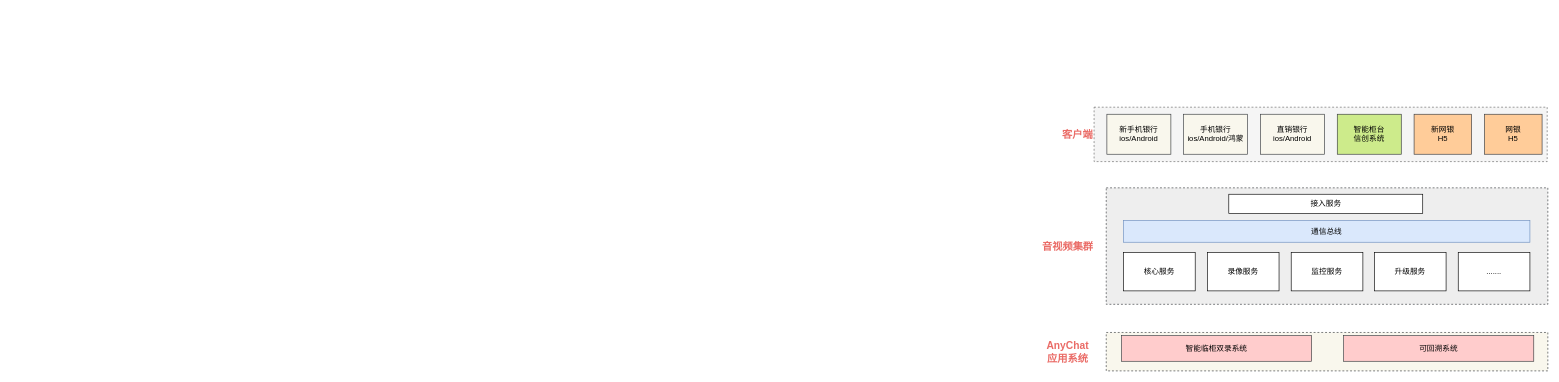
Above: page "第 2 页" (2 of 2) of 湖北银行业务架构图.drawio in zhoumingjia/drawio (draw.io), before the change. Source tidied: cells renumbered, new cells numbered last; positions are measured from the earlier drawing's top-left corner, leaving out a move shared by most shapes. Both pictures are drawn from the tidied source at 64%, with x=0, y=0 at pixel (1035, 107).
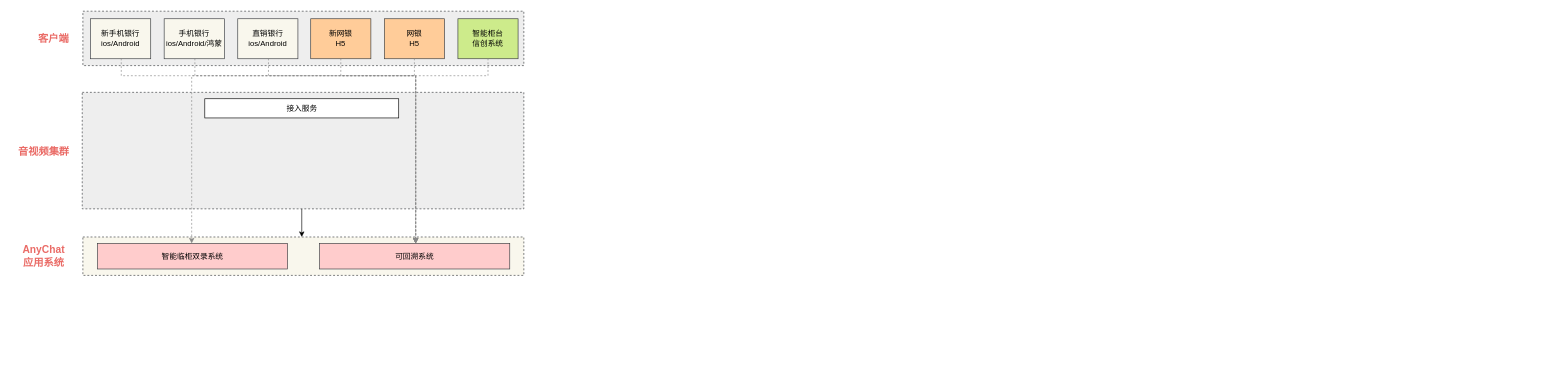
The same page after the edit.

The edit, as a diff of the source:
```diff
@@
-    <mxCell id="2" style="rounded=0;whiteSpace=wrap;html=1;dashed=1;fillColor=#f5f5f5;fontColor=#333333;strokeColor=#666666;" parent="1" vertex="1">
-      <mxGeometry x="92" width="708" height="85" as="geometry" />
-    </mxCell>
+    <mxCell id="35" style="rounded=0;whiteSpace=wrap;html=1;dashed=1;strokeColor=#36393d;fillColor=#eeeeee;" parent="1" vertex="1">
+      <mxGeometry x="-1488" y="-150" width="689" height="85" as="geometry" />
+    </mxCell>
-    <mxCell id="3" value="&lt;font style=&quot;color: rgb(234, 107, 102);&quot;&gt;&lt;b&gt;客户端&lt;/b&gt;&lt;/font&gt;" style="text;html=1;whiteSpace=wrap;strokeColor=none;fillColor=none;align=center;verticalAlign=middle;rounded=0;fontSize=16;" parent="1" vertex="1">
-      <mxGeometry x="31" y="27.2" width="71" height="30" as="geometry" />
+    <mxCell id="3" value="&lt;font color=&quot;#ea6b66&quot;&gt;&lt;b&gt;客户端&lt;/b&gt;&lt;/font&gt;" style="text;html=1;whiteSpace=wrap;strokeColor=none;fillColor=none;align=center;verticalAlign=middle;rounded=0;fontSize=16;" parent="1" vertex="1">
+      <mxGeometry x="-1569" y="-122" width="71" height="30" as="geometry" />
     </mxCell>
-    <mxCell id="4" value="新手机银行&lt;div&gt;ios/Android&lt;br&gt;&lt;/div&gt;" style="rounded=0;whiteSpace=wrap;html=1;flipH=1;fillColor=#f9f7ed;strokeColor=#36393d;" parent="1" vertex="1">
-      <mxGeometry x="112" y="11" width="100" height="62.5" as="geometry" />
+    <mxCell id="4" value="新手机银行&lt;div&gt;ios/Android&lt;/div&gt;" style="rounded=0;whiteSpace=wrap;html=1;flipH=1;fillColor=#f9f7ed;strokeColor=#36393d;" parent="1" vertex="1">
+      <mxGeometry x="-1476" y="-138.2" width="94" height="62.5" as="geometry" />
     </mxCell>
-    <mxCell id="5" value="手机银行&lt;div&gt;ios/Android/鸿蒙&lt;br&gt;&lt;/div&gt;" style="rounded=0;whiteSpace=wrap;html=1;flipH=1;fillColor=#f9f7ed;strokeColor=#36393d;" parent="1" vertex="1">
-      <mxGeometry x="232" y="11" width="100" height="62.5" as="geometry" />
+    <mxCell id="5" value="手机银行&lt;div&gt;ios/Android/鸿蒙&lt;/div&gt;" style="rounded=0;whiteSpace=wrap;html=1;flipH=1;fillColor=#f9f7ed;strokeColor=#36393d;" parent="1" vertex="1">
+      <mxGeometry x="-1361" y="-138.2" width="94" height="62.5" as="geometry" />
     </mxCell>
     <mxCell id="6" value="直销银行&lt;br&gt;ios/Android" style="rounded=0;whiteSpace=wrap;html=1;flipH=1;fillColor=#f9f7ed;strokeColor=#36393d;" parent="1" vertex="1">
-      <mxGeometry x="352" y="11" width="100" height="62.5" as="geometry" />
+      <mxGeometry x="-1246" y="-138.2" width="94" height="62.5" as="geometry" />
     </mxCell>
-    <mxCell id="7" value="智能柜台&lt;div&gt;信创系统&lt;/div&gt;" style="rounded=0;whiteSpace=wrap;html=1;flipH=1;fillColor=#cdeb8b;strokeColor=#36393d;" parent="1" vertex="1">
-      <mxGeometry x="472" y="11" width="100" height="62.5" as="geometry" />
-    </mxCell>
     <mxCell id="8" value="新网银&lt;div&gt;H5&lt;/div&gt;" style="rounded=0;whiteSpace=wrap;html=1;flipH=1;fillColor=#ffcc99;strokeColor=#36393d;" parent="1" vertex="1">
-      <mxGeometry x="592" y="11" width="90" height="62.5" as="geometry" />
+      <mxGeometry x="-1132" y="-138.2" width="94" height="62.5" as="geometry" />
     </mxCell>
     <mxCell id="9" value="网银&lt;div&gt;H5&lt;/div&gt;" style="rounded=0;whiteSpace=wrap;html=1;flipH=1;fillColor=#ffcc99;strokeColor=#36393d;" parent="1" vertex="1">
-      <mxGeometry x="702" y="11" width="90" height="62.5" as="geometry" />
+      <mxGeometry x="-1017" y="-138.2" width="94" height="62.5" as="geometry" />
     </mxCell>
-    <mxCell id="10" style="rounded=0;whiteSpace=wrap;html=1;dashed=1;strokeColor=#36393d;fillColor=#eeeeee;" parent="1" vertex="1">
-      <mxGeometry x="111" y="126" width="690" height="182" as="geometry" />
-    </mxCell>
+    <mxCell id="7" value="智能柜台&lt;div&gt;信创系统&lt;/div&gt;" style="rounded=0;whiteSpace=wrap;html=1;flipH=1;fillColor=#cdeb8b;strokeColor=#36393d;" parent="1" vertex="1">
+      <mxGeometry x="-902" y="-138.2" width="94" height="62.5" as="geometry" />
+    </mxCell>
+    <mxCell id="36" style="rounded=0;whiteSpace=wrap;html=1;dashed=1;strokeColor=#36393d;fillColor=#eeeeee;" parent="1" vertex="1">
+      <mxGeometry x="-1489" y="-23.2" width="690" height="182" as="geometry" />
+    </mxCell>
-    <mxCell id="11" value="&lt;font style=&quot;color: rgb(234, 107, 102);&quot;&gt;&lt;b&gt;音视频集群&lt;/b&gt;&lt;/font&gt;" style="text;html=1;whiteSpace=wrap;strokeColor=none;fillColor=none;align=center;verticalAlign=middle;rounded=0;fontSize=16;" parent="1" vertex="1">
-      <mxGeometry y="203" width="102" height="30" as="geometry" />
+    <mxCell id="11" value="&lt;font color=&quot;#ea6b66&quot;&gt;&lt;b&gt;音视频集群&lt;/b&gt;&lt;/font&gt;" style="text;html=1;whiteSpace=wrap;strokeColor=none;fillColor=none;align=center;verticalAlign=middle;rounded=0;fontSize=16;" parent="1" vertex="1">
+      <mxGeometry x="-1600" y="53.8" width="102" height="30" as="geometry" />
     </mxCell>
     <mxCell id="12" value="接入服务" style="rounded=0;whiteSpace=wrap;html=1;" parent="1" vertex="1">
-      <mxGeometry x="302.5" y="136" width="303" height="30" as="geometry" />
+      <mxGeometry x="-1297.5" y="-13.2" width="303" height="30" as="geometry" />
     </mxCell>
-    <mxCell id="13" value="通信总线" style="rounded=0;whiteSpace=wrap;html=1;fillColor=#dae8fc;strokeColor=#6c8ebf;" parent="1" vertex="1">
-      <mxGeometry x="138" y="177" width="635" height="34" as="geometry" />
-    </mxCell>
-    <mxCell id="14" value="核心服务" style="rounded=0;whiteSpace=wrap;html=1;" parent="1" vertex="1">
-      <mxGeometry x="138" y="227" width="112" height="60" as="geometry" />
-    </mxCell>
-    <mxCell id="15" value="录像服务" style="rounded=0;whiteSpace=wrap;html=1;" parent="1" vertex="1">
-      <mxGeometry x="269" y="227" width="112" height="60" as="geometry" />
-    </mxCell>
-    <mxCell id="16" value="监控服务" style="rounded=0;whiteSpace=wrap;html=1;" parent="1" vertex="1">
-      <mxGeometry x="400" y="227" width="112" height="60" as="geometry" />
-    </mxCell>
-    <mxCell id="17" value="升级服务" style="rounded=0;whiteSpace=wrap;html=1;" parent="1" vertex="1">
-      <mxGeometry x="530" y="227" width="112" height="60" as="geometry" />
-    </mxCell>
-    <mxCell id="18" value="......." style="rounded=0;whiteSpace=wrap;html=1;" parent="1" vertex="1">
-      <mxGeometry x="661" y="227" width="112" height="60" as="geometry" />
-    </mxCell>
-    <mxCell id="19" style="rounded=0;whiteSpace=wrap;html=1;dashed=1;fillColor=#f9f7ed;strokeColor=#36393d;" parent="1" vertex="1">
-      <mxGeometry x="111" y="352" width="690" height="60" as="geometry" />
-    </mxCell>
+    <mxCell id="37" style="rounded=0;whiteSpace=wrap;html=1;dashed=1;fillColor=#f9f7ed;strokeColor=#36393d;" parent="1" vertex="1">
+      <mxGeometry x="-1488" y="202.8" width="689" height="60" as="geometry" />
+    </mxCell>
     <mxCell id="20" value="&lt;font color=&quot;#ea6b66&quot;&gt;&lt;b&gt;AnyChat&lt;/b&gt;&lt;/font&gt;&lt;div&gt;&lt;font color=&quot;#ea6b66&quot;&gt;&lt;b&gt;应用系统&lt;/b&gt;&lt;/font&gt;&lt;/div&gt;" style="text;html=1;whiteSpace=wrap;strokeColor=none;fillColor=none;align=center;verticalAlign=middle;rounded=0;fontSize=16;" parent="1" vertex="1">
-      <mxGeometry y="367" width="102" height="30" as="geometry" />
+      <mxGeometry x="-1600" y="217.8" width="102" height="30" as="geometry" />
     </mxCell>
     <mxCell id="21" value="智能临柜双录系统" style="rounded=0;whiteSpace=wrap;html=1;fillColor=#ffcccc;strokeColor=#36393d;" parent="1" vertex="1">
-      <mxGeometry x="135" y="357" width="297" height="40" as="geometry" />
+      <mxGeometry x="-1465" y="212.8" width="297" height="40" as="geometry" />
     </mxCell>
     <mxCell id="22" value="可回溯系统" style="rounded=0;whiteSpace=wrap;html=1;fillColor=#ffcccc;strokeColor=#36393d;" parent="1" vertex="1">
-      <mxGeometry x="482" y="357" width="297" height="40" as="geometry" />
+      <mxGeometry x="-1118" y="212.8" width="297" height="40" as="geometry" />
     </mxCell>
-    <mxCell id="23" style="edgeStyle=orthogonalEdgeStyle;rounded=0;orthogonalLoop=1;jettySize=auto;html=1;shape=flexArrow;startArrow=classic;startFill=1;endArrow=none;fillColor=#f5f5f5;strokeColor=#666666;startWidth=6;endWidth=6;arcSize=10;width=6;startSize=3;endSize=3;dashed=0;" parent="1">
-      <mxGeometry relative="1" as="geometry">
-        <mxPoint x="1102" y="-400" as="offset" />
-      </mxGeometry>
-    </mxCell>
-    <mxCell id="24" style="edgeStyle=orthogonalEdgeStyle;rounded=0;orthogonalLoop=1;jettySize=auto;html=1;shape=flexArrow;startArrow=classic;startFill=1;endArrow=none;fillColor=#f5f5f5;strokeColor=#666666;startWidth=6;endWidth=6;arcSize=10;width=6;startSize=3;endSize=3;dashed=0;" parent="1">
-      <mxGeometry relative="1" as="geometry">
-        <mxPoint x="1102" y="-400" as="offset" />
-      </mxGeometry>
-    </mxCell>
-    <mxCell id="25" style="edgeStyle=orthogonalEdgeStyle;rounded=0;orthogonalLoop=1;jettySize=auto;html=1;shape=flexArrow;startArrow=classic;startFill=1;endArrow=none;fillColor=#f5f5f5;strokeColor=#666666;startWidth=6;endWidth=6;arcSize=10;width=6;startSize=3;endSize=3;dashed=0;" parent="1">
-      <mxGeometry relative="1" as="geometry">
-        <mxPoint x="1102" y="-400" as="offset" />
-      </mxGeometry>
-    </mxCell>
-    <mxCell id="26" style="edgeStyle=orthogonalEdgeStyle;rounded=0;orthogonalLoop=1;jettySize=auto;html=1;shape=flexArrow;startArrow=classic;startFill=1;endArrow=none;fillColor=#f5f5f5;strokeColor=#666666;startWidth=6;endWidth=6;arcSize=10;width=6;startSize=3;endSize=3;dashed=0;" parent="1">
-      <mxGeometry relative="1" as="geometry">
-        <mxPoint x="1102" y="-400" as="offset" />
-      </mxGeometry>
-    </mxCell>
-    <mxCell id="27" style="edgeStyle=orthogonalEdgeStyle;rounded=0;orthogonalLoop=1;jettySize=auto;html=1;shape=flexArrow;startArrow=classic;startFill=1;endArrow=none;fillColor=#f5f5f5;strokeColor=#666666;startWidth=6;endWidth=6;arcSize=10;width=6;startSize=3;endSize=3;dashed=0;" parent="1">
-      <mxGeometry relative="1" as="geometry">
-        <Array as="points">
-          <mxPoint x="162" y="180" />
-          <mxPoint x="610" y="180" />
-        </Array>
-        <mxPoint x="1102" y="-400" as="offset" />
-      </mxGeometry>
-    </mxCell>
-    <mxCell id="28" style="edgeStyle=orthogonalEdgeStyle;rounded=0;orthogonalLoop=1;jettySize=auto;html=1;shape=flexArrow;startArrow=classic;startFill=1;endArrow=none;fillColor=#f5f5f5;strokeColor=#666666;startWidth=6;endWidth=6;arcSize=10;width=6;startSize=3;endSize=3;dashed=0;" parent="1">
-      <mxGeometry relative="1" as="geometry">
-        <Array as="points">
-          <mxPoint x="282" y="190" />
-          <mxPoint x="610" y="190" />
-        </Array>
-        <mxPoint x="1102" y="-400" as="offset" />
-      </mxGeometry>
-    </mxCell>
-    <mxCell id="29" style="edgeStyle=orthogonalEdgeStyle;rounded=0;orthogonalLoop=1;jettySize=auto;html=1;shape=flexArrow;startArrow=classic;startFill=1;endArrow=none;fillColor=#f5f5f5;strokeColor=#666666;startWidth=6;endWidth=6;arcSize=10;width=6;startSize=3;endSize=3;dashed=0;" parent="1">
-      <mxGeometry relative="1" as="geometry">
-        <Array as="points">
-          <mxPoint x="402" y="200" />
-          <mxPoint x="610" y="200" />
-        </Array>
-        <mxPoint x="1102" y="-400" as="offset" />
-      </mxGeometry>
-    </mxCell>
-    <mxCell id="30" style="edgeStyle=orthogonalEdgeStyle;rounded=0;orthogonalLoop=1;jettySize=auto;html=1;shape=flexArrow;startArrow=classic;startFill=1;endArrow=none;fillColor=#f5f5f5;strokeColor=#666666;startWidth=6;endWidth=6;arcSize=10;width=6;startSize=3;endSize=3;dashed=0;" parent="1">
-      <mxGeometry relative="1" as="geometry">
-        <Array as="points">
-          <mxPoint x="522" y="210" />
-          <mxPoint x="283" y="210" />
-        </Array>
-        <mxPoint x="1102" y="-400" as="offset" />
-      </mxGeometry>
-    </mxCell>
-    <mxCell id="31" style="edgeStyle=orthogonalEdgeStyle;rounded=0;orthogonalLoop=1;jettySize=auto;html=1;shape=flexArrow;startArrow=classic;startFill=1;endArrow=none;fillColor=#f5f5f5;strokeColor=#666666;startWidth=6;endWidth=6;arcSize=10;width=6;startSize=3;endSize=3;dashed=0;" parent="1">
-      <mxGeometry relative="1" as="geometry">
-        <mxPoint x="1102" y="-400" as="offset" />
-      </mxGeometry>
-    </mxCell>
-    <mxCell id="32" style="edgeStyle=orthogonalEdgeStyle;rounded=0;orthogonalLoop=1;jettySize=auto;html=1;shape=flexArrow;startArrow=classic;startFill=1;endArrow=none;fillColor=#f5f5f5;strokeColor=#666666;startWidth=6;endWidth=6;arcSize=10;width=6;startSize=3;endSize=3;dashed=0;" parent="1">
-      <mxGeometry relative="1" as="geometry">
-        <mxPoint x="1102" y="-400" as="offset" />
-      </mxGeometry>
-    </mxCell>
-    <mxCell id="33" style="edgeStyle=orthogonalEdgeStyle;rounded=0;orthogonalLoop=1;jettySize=auto;html=1;shape=flexArrow;startArrow=classic;startFill=1;endArrow=none;fillColor=#f5f5f5;strokeColor=#666666;startWidth=6;endWidth=6;arcSize=10;width=6;startSize=3;endSize=3;dashed=0;" parent="1">
-      <mxGeometry relative="1" as="geometry">
-        <mxPoint x="1102" y="-400" as="offset" />
-      </mxGeometry>
-    </mxCell>
-    <mxCell id="34" style="edgeStyle=orthogonalEdgeStyle;rounded=0;orthogonalLoop=1;jettySize=auto;html=1;shape=flexArrow;startArrow=classic;startFill=1;endArrow=none;fillColor=#f5f5f5;strokeColor=#666666;startWidth=6;endWidth=6;arcSize=10;width=6;startSize=3;endSize=3;dashed=0;" parent="1">
-      <mxGeometry relative="1" as="geometry">
-        <mxPoint x="1102" y="-400" as="offset" />
-      </mxGeometry>
-    </mxCell>
+    <mxCell id="38" style="edgeStyle=orthogonalEdgeStyle;rounded=0;jettySize=auto;html=1;endArrow=classic;endFill=1;strokeColor=#000000;" parent="1" edge="1" source="4" target="12" />
+    <mxCell id="39" style="edgeStyle=orthogonalEdgeStyle;rounded=0;jettySize=auto;html=1;endArrow=classic;endFill=1;strokeColor=#000000;" parent="1" edge="1" source="5" target="12" />
+    <mxCell id="40" style="edgeStyle=orthogonalEdgeStyle;rounded=0;jettySize=auto;html=1;endArrow=classic;endFill=1;strokeColor=#000000;" parent="1" edge="1" source="6" target="12" />
+    <mxCell id="41" style="edgeStyle=orthogonalEdgeStyle;rounded=0;jettySize=auto;html=1;endArrow=classic;endFill=1;strokeColor=#000000;" parent="1" edge="1" source="7" target="12" />
+    <mxCell id="42" style="edgeStyle=orthogonalEdgeStyle;rounded=0;orthogonalLoop=1;jettySize=auto;html=1;endArrow=classic;endFill=1;strokeColor=#888888;dashed=1;" parent="1" edge="1">
+      <mxGeometry relative="1" as="geometry">
+        <mxPoint x="-1428" y="-76.2" as="sourcePoint" />
+        <mxPoint x="-968" y="212.8" as="targetPoint" />
+        <Array as="points">
+          <mxPoint x="-1428" y="-49.2" />
+          <mxPoint x="-968" y="-49.2" />
+        </Array>
+      </mxGeometry>
+    </mxCell>
+    <mxCell id="43" style="edgeStyle=orthogonalEdgeStyle;rounded=0;orthogonalLoop=1;jettySize=auto;html=1;endArrow=classic;endFill=1;strokeColor=#888888;dashed=1;" parent="1" edge="1">
+      <mxGeometry relative="1" as="geometry">
+        <mxPoint x="-1313" y="-76.2" as="sourcePoint" />
+        <mxPoint x="-968" y="212.8" as="targetPoint" />
+        <Array as="points">
+          <mxPoint x="-1313" y="-49.2" />
+          <mxPoint x="-968" y="-49.2" />
+        </Array>
+      </mxGeometry>
+    </mxCell>
+    <mxCell id="44" style="edgeStyle=orthogonalEdgeStyle;rounded=0;orthogonalLoop=1;jettySize=auto;html=1;endArrow=classic;endFill=1;strokeColor=#888888;dashed=1;" parent="1" edge="1">
+      <mxGeometry relative="1" as="geometry">
+        <mxPoint x="-1198" y="-76.2" as="sourcePoint" />
+        <mxPoint x="-968" y="212.8" as="targetPoint" />
+        <Array as="points">
+          <mxPoint x="-1198" y="-49.2" />
+          <mxPoint x="-968" y="-49.2" />
+        </Array>
+      </mxGeometry>
+    </mxCell>
+    <mxCell id="45" style="edgeStyle=orthogonalEdgeStyle;rounded=0;orthogonalLoop=1;jettySize=auto;html=1;endArrow=classic;endFill=1;strokeColor=#888888;dashed=1;" parent="1" edge="1">
+      <mxGeometry relative="1" as="geometry">
+        <mxPoint x="-1085" y="-76.2" as="sourcePoint" />
+        <mxPoint x="-968" y="212.8" as="targetPoint" />
+        <Array as="points">
+          <mxPoint x="-1085" y="-49.2" />
+          <mxPoint x="-968" y="-49.2" />
+        </Array>
+      </mxGeometry>
+    </mxCell>
+    <mxCell id="46" style="edgeStyle=orthogonalEdgeStyle;rounded=0;orthogonalLoop=1;jettySize=auto;html=1;endArrow=classic;endFill=1;strokeColor=#888888;dashed=1;" parent="1" edge="1">
+      <mxGeometry relative="1" as="geometry">
+        <mxPoint x="-970" y="-76.2" as="sourcePoint" />
+        <mxPoint x="-968" y="212.8" as="targetPoint" />
+        <Array as="points">
+          <mxPoint x="-970" y="-49.2" />
+          <mxPoint x="-968" y="-49.2" />
+        </Array>
+      </mxGeometry>
+    </mxCell>
+    <mxCell id="47" style="edgeStyle=orthogonalEdgeStyle;rounded=0;orthogonalLoop=1;jettySize=auto;html=1;endArrow=classic;endFill=1;strokeColor=#888888;dashed=1;" parent="1" edge="1">
+      <mxGeometry relative="1" as="geometry">
+        <mxPoint x="-855" y="-76.2" as="sourcePoint" />
+        <mxPoint x="-1318" y="212.8" as="targetPoint" />
+        <Array as="points">
+          <mxPoint x="-855" y="-49.2" />
+          <mxPoint x="-1318" y="-49.2" />
+        </Array>
+      </mxGeometry>
+    </mxCell>
+    <mxCell id="48" style="edgeStyle=orthogonalEdgeStyle;rounded=0;orthogonalLoop=1;jettySize=auto;html=1;endArrow=classic;endFill=1;strokeColor=#000000;" parent="1" edge="1">
+      <mxGeometry relative="1" as="geometry">
+        <mxPoint x="-1146" y="158.8" as="sourcePoint" />
+        <mxPoint x="-1146" y="202.8" as="targetPoint" />
+      </mxGeometry>
+    </mxCell>
```
